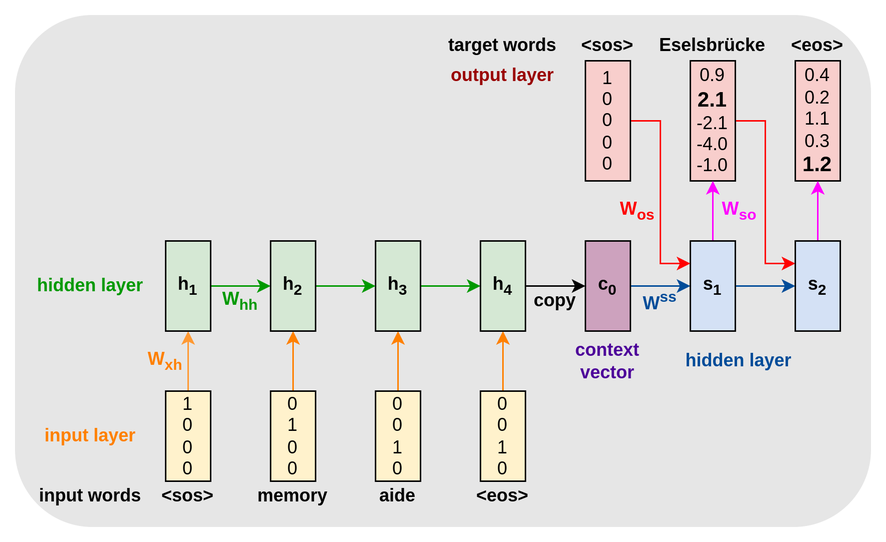
The draw.io diagram assets/img/dl-series/2g-encoder-decoder-rnn.png in tostenzel/tostenzel.github.io, before a commit. Source tidied: cells renumbered, new cells last; positions are measured from the earlier drawing's top-left corner, leaving out a move shared by most shapes.
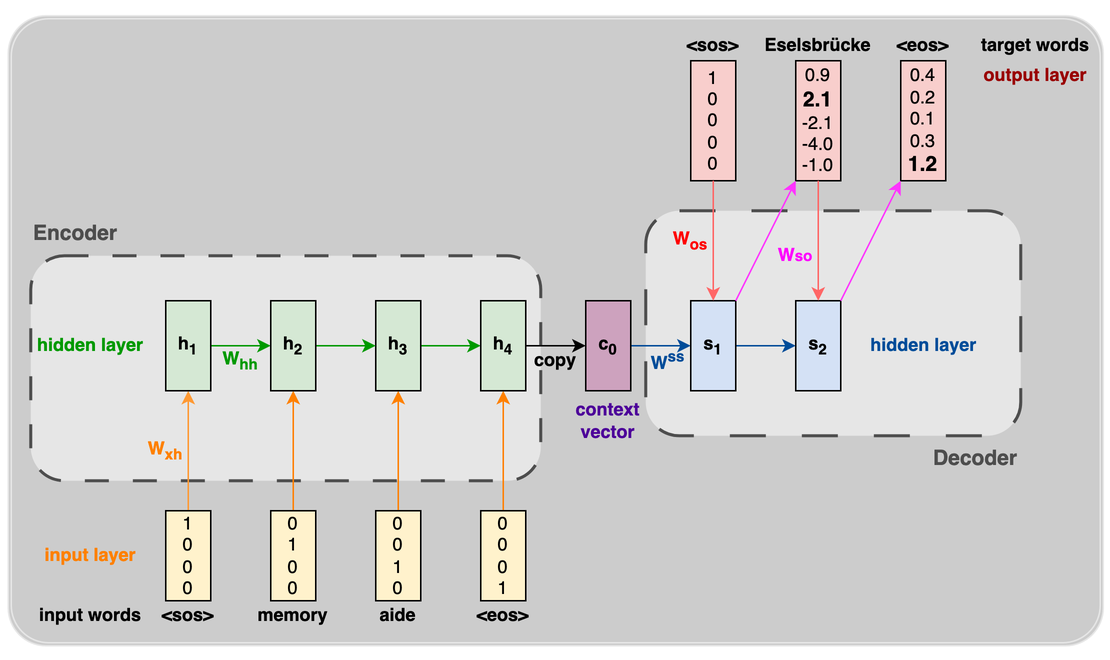
The same file after the commit.

Commit message:
Update RNN post

Diff of the diagram source:
```diff
@@ -3,11 +3,17 @@
     <mxCell id="0" />
     <mxCell id="1" parent="0" />
     <mxCell id="2" style="shape=ext;double=1;rounded=0;whiteSpace=wrap;html=1;shadow=0;strokeColor=none;fontSize=14;fontColor=#004C99;fillColor=#FFFFFF;" parent="1" vertex="1">
-      <mxGeometry width="590" height="360" as="geometry" />
+      <mxGeometry y="-80" width="740" height="440" as="geometry" />
     </mxCell>
-    <mxCell id="3" style="shape=ext;double=1;rounded=1;whiteSpace=wrap;html=1;shadow=0;strokeColor=#E6E6E6;fontSize=14;fontColor=#004C99;fillColor=#E6E6E6;" parent="1" vertex="1">
-      <mxGeometry x="10" y="10" width="570" height="340" as="geometry" />
+    <mxCell id="3" style="shape=ext;double=1;rounded=1;whiteSpace=wrap;html=1;shadow=0;strokeColor=#E6E6E6;fontSize=14;fontColor=#004C99;fillColor=#CCCCCC;arcSize=6;" parent="1" vertex="1">
+      <mxGeometry x="5" y="-70" width="730" height="420" as="geometry" />
     </mxCell>
+    <mxCell id="52" style="rounded=1;whiteSpace=wrap;html=1;fillColor=#E6E6E6;shadow=0;dashed=1;strokeWidth=2;dashPattern=8 8;strokeColor=#4D4D4D;fontColor=#4D4D4D;" parent="1" vertex="1">
+      <mxGeometry x="20" y="90" width="340" height="150" as="geometry" />
+    </mxCell>
+    <mxCell id="53" style="rounded=1;whiteSpace=wrap;html=1;fillColor=#E6E6E6;dashed=1;dashPattern=12 12;strokeWidth=2;strokeColor=#4D4D4D;" parent="1" vertex="1">
+      <mxGeometry x="430" y="60" width="250" height="150" as="geometry" />
+    </mxCell>
     <mxCell id="4" style="edgeStyle=orthogonalEdgeStyle;rounded=0;jettySize=auto;html=1;strokeColor=#FF9933;fillColor=#FFD966;" parent="1" edge="1" source="5" target="13">
       <mxGeometry relative="1" as="geometry" />
     </mxCell>
@@ -29,60 +35,49 @@
     <mxCell id="10" style="edgeStyle=orthogonalEdgeStyle;rounded=0;jettySize=auto;html=1;strokeColor=#FF8000;" parent="1" edge="1" source="11" target="19">
       <mxGeometry relative="1" as="geometry" />
     </mxCell>
-    <mxCell id="11" value="0&lt;br&gt;0&lt;br&gt;1&lt;br&gt;0" style="rounded=0;whiteSpace=wrap;html=1;fillColor=#FFF2CC;" parent="1" vertex="1">
+    <mxCell id="11" value="0&lt;br&gt;0&lt;br&gt;0&lt;br&gt;1" style="rounded=0;whiteSpace=wrap;html=1;fillColor=#FFF2CC;" parent="1" vertex="1">
       <mxGeometry x="320" y="260" width="30" height="60" as="geometry" />
     </mxCell>
     <mxCell id="12" style="edgeStyle=orthogonalEdgeStyle;rounded=0;jettySize=auto;html=1;strokeColor=#009900;fillColor=#67AB9F;" parent="1" edge="1" source="13" target="17">
       <mxGeometry relative="1" as="geometry" />
     </mxCell>
     <mxCell id="13" value="&lt;b&gt;h&lt;sub&gt;1&lt;/sub&gt;&lt;/b&gt;" style="rounded=0;whiteSpace=wrap;html=1;fillColor=#D5E8D4;" parent="1" vertex="1">
-      <mxGeometry x="110" y="160" width="30" height="60" as="geometry" />
+      <mxGeometry x="110" y="120" width="30" height="60" as="geometry" />
     </mxCell>
     <mxCell id="14" style="edgeStyle=orthogonalEdgeStyle;rounded=0;jettySize=auto;html=1;strokeColor=#009900;" parent="1" edge="1" source="15" target="19">
       <mxGeometry relative="1" as="geometry" />
     </mxCell>
     <mxCell id="15" value="&lt;b&gt;h&lt;sub&gt;3&lt;/sub&gt;&lt;/b&gt;" style="rounded=0;whiteSpace=wrap;html=1;fillColor=#D5E8D4;strokeColor=#000000;" parent="1" vertex="1">
-      <mxGeometry x="250" y="160" width="30" height="60" as="geometry" />
+      <mxGeometry x="250" y="120" width="30" height="60" as="geometry" />
     </mxCell>
     <mxCell id="16" style="edgeStyle=orthogonalEdgeStyle;rounded=0;jettySize=auto;html=1;entryX=0;entryY=0.5;entryDx=0;entryDy=0;strokeColor=#009900;" parent="1" edge="1" source="17" target="15">
       <mxGeometry relative="1" as="geometry">
         <Array as="points">
-          <mxPoint x="230" y="190" />
-          <mxPoint x="230" y="190" />
+          <mxPoint x="230" y="150" />
+          <mxPoint x="230" y="150" />
         </Array>
       </mxGeometry>
     </mxCell>
     <mxCell id="17" value="&lt;b&gt;h&lt;sub&gt;2&lt;/sub&gt;&lt;/b&gt;" style="rounded=0;whiteSpace=wrap;html=1;fillColor=#D5E8D4;" parent="1" vertex="1">
-      <mxGeometry x="180" y="160" width="30" height="60" as="geometry" />
+      <mxGeometry x="180" y="120" width="30" height="60" as="geometry" />
     </mxCell>
     <mxCell id="18" style="edgeStyle=orthogonalEdgeStyle;rounded=0;jettySize=auto;html=1;strokeColor=#000000;fontSize=14;fontColor=#990000;fillColor=#67AB9F;entryX=0;entryY=0.5;entryDx=0;entryDy=0;" parent="1" edge="1" source="19" target="38">
       <mxGeometry relative="1" as="geometry" />
     </mxCell>
     <mxCell id="19" value="&lt;b&gt;h&lt;sub&gt;4&lt;/sub&gt;&lt;/b&gt;" style="rounded=0;whiteSpace=wrap;html=1;fillColor=#D5E8D4;" parent="1" vertex="1">
-      <mxGeometry x="320" y="160" width="30" height="60" as="geometry" />
+      <mxGeometry x="320" y="120" width="30" height="60" as="geometry" />
     </mxCell>
-    <mxCell id="20" style="edgeStyle=orthogonalEdgeStyle;rounded=0;jettySize=auto;html=1;strokeColor=#FF0000;fontColor=#4C0099;entryX=0;entryY=0.25;entryDx=0;entryDy=0;" parent="1" edge="1" source="21" target="43">
-      <mxGeometry relative="1" as="geometry">
-        <Array as="points">
-          <mxPoint x="510" y="80" />
-          <mxPoint x="510" y="175" />
-        </Array>
-      </mxGeometry>
-    </mxCell>
     <mxCell id="21" value="0.9&lt;br&gt;&lt;b&gt;&lt;font style=&quot;font-size: 14px;&quot;&gt;2.1&lt;/font&gt;&lt;/b&gt;&lt;br&gt;-2.1&lt;br&gt;-4.0&lt;br&gt;-1.0" style="rounded=0;whiteSpace=wrap;html=1;fillColor=#F8CECC;" parent="1" vertex="1">
-      <mxGeometry x="460" y="40" width="30" height="80" as="geometry" />
+      <mxGeometry x="530" y="-40" width="30" height="80" as="geometry" />
     </mxCell>
-    <mxCell id="22" value="0.4&lt;br&gt;0.2&lt;br&gt;1.1&lt;br&gt;0.3&lt;br&gt;&lt;b style=&quot;border-color: var(--border-color);&quot;&gt;&lt;font style=&quot;border-color: var(--border-color); font-size: 14px;&quot;&gt;1.2&lt;br style=&quot;border-color: var(--border-color);&quot;&gt;&lt;/font&gt;&lt;/b&gt;" style="rounded=0;whiteSpace=wrap;html=1;fillColor=#F8CECC;" parent="1" vertex="1">
-      <mxGeometry x="530" y="40" width="30" height="80" as="geometry" />
+    <mxCell id="22" value="0.4&lt;br&gt;0.2&lt;br&gt;0.1&lt;br&gt;0.3&lt;br&gt;&lt;b style=&quot;border-color: var(--border-color);&quot;&gt;&lt;font style=&quot;border-color: var(--border-color); font-size: 14px;&quot;&gt;1.2&lt;br style=&quot;border-color: var(--border-color);&quot;&gt;&lt;/font&gt;&lt;/b&gt;" style="rounded=0;whiteSpace=wrap;html=1;fillColor=#F8CECC;" parent="1" vertex="1">
+      <mxGeometry x="600" y="-40" width="30" height="80" as="geometry" />
     </mxCell>
-    <mxCell id="23" value="&lt;b style=&quot;&quot;&gt;&lt;font color=&quot;#ff00ff&quot;&gt;W&lt;sub style=&quot;&quot;&gt;so&lt;/sub&gt;&lt;/font&gt;&lt;/b&gt;" style="rounded=0;whiteSpace=wrap;html=1;fillColor=none;strokeColor=none;shadow=1;" parent="1" vertex="1">
-      <mxGeometry x="472.5" y="130" width="40" height="20" as="geometry" />
-    </mxCell>
     <mxCell id="24" value="&lt;font color=&quot;#ff8000&quot;&gt;&lt;b&gt;W&lt;sub&gt;xh&lt;/sub&gt;&lt;/b&gt;&lt;/font&gt;" style="rounded=0;whiteSpace=wrap;html=1;fillColor=none;strokeColor=none;" parent="1" vertex="1">
-      <mxGeometry x="90" y="230" width="40" height="20" as="geometry" />
+      <mxGeometry x="90" y="210" width="40" height="20" as="geometry" />
     </mxCell>
     <mxCell id="25" value="&lt;font color=&quot;#009900&quot;&gt;&lt;b&gt;W&lt;sub&gt;hh&lt;/sub&gt;&lt;/b&gt;&lt;/font&gt;" style="rounded=0;whiteSpace=wrap;html=1;fillColor=none;strokeColor=none;shadow=0;" parent="1" vertex="1">
-      <mxGeometry x="140" y="190" width="40" height="20" as="geometry" />
+      <mxGeometry x="140" y="150" width="40" height="20" as="geometry" />
     </mxCell>
     <mxCell id="26" value="&lt;b&gt;&amp;lt;sos&amp;gt;&lt;/b&gt;" style="rounded=0;whiteSpace=wrap;html=1;fillColor=none;strokeColor=none;" parent="1" vertex="1">
       <mxGeometry x="110" y="320" width="30" height="20" as="geometry" />
@@ -97,22 +92,22 @@
       <mxGeometry x="320" y="320" width="30" height="20" as="geometry" />
     </mxCell>
     <mxCell id="30" value="&lt;b&gt;&amp;lt;eos&amp;gt;&lt;/b&gt;" style="rounded=0;whiteSpace=wrap;html=1;fillColor=none;strokeColor=none;" parent="1" vertex="1">
-      <mxGeometry x="530" y="20" width="30" height="20" as="geometry" />
+      <mxGeometry x="600" y="-60" width="30" height="20" as="geometry" />
     </mxCell>
     <mxCell id="31" value="&lt;b&gt;Eselsbrücke&lt;/b&gt;" style="rounded=0;whiteSpace=wrap;html=1;fillColor=none;strokeColor=none;" parent="1" vertex="1">
-      <mxGeometry x="460" y="20" width="30" height="20" as="geometry" />
+      <mxGeometry x="530" y="-60" width="30" height="20" as="geometry" />
     </mxCell>
     <mxCell id="32" value="&lt;font color=&quot;#990000&quot;&gt;&lt;b&gt;output layer&lt;/b&gt;&lt;/font&gt;" style="rounded=0;whiteSpace=wrap;html=1;fillColor=none;strokeColor=none;" parent="1" vertex="1">
-      <mxGeometry x="295" y="40" width="80" height="20" as="geometry" />
+      <mxGeometry x="650" y="-40" width="80" height="20" as="geometry" />
     </mxCell>
     <mxCell id="33" value="&lt;font color=&quot;#009900&quot;&gt;&lt;b&gt;hidden layer&lt;/b&gt;&lt;/font&gt;" style="rounded=0;whiteSpace=wrap;html=1;fillColor=none;strokeColor=none;" parent="1" vertex="1">
-      <mxGeometry x="20" y="180" width="80" height="20" as="geometry" />
+      <mxGeometry x="20" y="140" width="80" height="20" as="geometry" />
     </mxCell>
     <mxCell id="34" value="&lt;font color=&quot;#ff8000&quot;&gt;&lt;b&gt;input layer&lt;/b&gt;&lt;/font&gt;" style="rounded=0;whiteSpace=wrap;html=1;fillColor=none;strokeColor=none;" parent="1" vertex="1">
       <mxGeometry x="20" y="280" width="80" height="20" as="geometry" />
     </mxCell>
     <mxCell id="35" value="&lt;b&gt;target words&lt;/b&gt;" style="rounded=0;whiteSpace=wrap;html=1;fillColor=none;strokeColor=none;" parent="1" vertex="1">
-      <mxGeometry x="295" y="20" width="80" height="20" as="geometry" />
+      <mxGeometry x="650" y="-60" width="80" height="20" as="geometry" />
     </mxCell>
     <mxCell id="36" value="&lt;b&gt;input words&lt;/b&gt;" style="rounded=0;whiteSpace=wrap;html=1;fillColor=none;strokeColor=none;" parent="1" vertex="1">
       <mxGeometry x="20" y="320" width="80" height="20" as="geometry" />
@@ -121,53 +116,66 @@
       <mxGeometry relative="1" as="geometry" />
     </mxCell>
     <mxCell id="38" value="&lt;b&gt;c&lt;sub&gt;0&lt;/sub&gt;&lt;/b&gt;" style="rounded=0;whiteSpace=wrap;html=1;fillColor=#CDA2BE;" parent="1" vertex="1">
-      <mxGeometry x="390" y="160" width="30" height="60" as="geometry" />
+      <mxGeometry x="390" y="120" width="30" height="60" as="geometry" />
     </mxCell>
     <mxCell id="39" style="edgeStyle=orthogonalEdgeStyle;rounded=0;jettySize=auto;html=1;strokeColor=#004C99;fontSize=14;fontColor=#990000;fillColor=#67AB9F;entryX=0;entryY=0.5;entryDx=0;entryDy=0;" parent="1" edge="1" source="41" target="43">
       <mxGeometry relative="1" as="geometry" />
     </mxCell>
-    <mxCell id="40" style="edgeStyle=orthogonalEdgeStyle;rounded=0;jettySize=auto;html=1;strokeColor=#FF00FF;fontSize=14;fontColor=#990000;fillColor=#67AB9F;entryX=0.5;entryY=1;entryDx=0;entryDy=0;" parent="1" edge="1" source="41" target="21">
-      <mxGeometry relative="1" as="geometry" />
-    </mxCell>
     <mxCell id="41" value="&lt;b&gt;s&lt;sub&gt;1&lt;/sub&gt;&lt;/b&gt;" style="rounded=0;whiteSpace=wrap;html=1;fillColor=#D4E1F5;" parent="1" vertex="1">
-      <mxGeometry x="460" y="160" width="30" height="60" as="geometry" />
+      <mxGeometry x="460" y="120" width="30" height="60" as="geometry" />
     </mxCell>
-    <mxCell id="42" style="edgeStyle=orthogonalEdgeStyle;rounded=0;jettySize=auto;html=1;strokeColor=#FF00FF;fontSize=14;fontColor=#990000;fillColor=#67AB9F;" parent="1" edge="1" source="43">
-      <mxGeometry relative="1" as="geometry">
-        <mxPoint x="545" y="120" as="targetPoint" />
-      </mxGeometry>
-    </mxCell>
     <mxCell id="43" value="&lt;b&gt;s&lt;sub&gt;2&lt;/sub&gt;&lt;/b&gt;" style="rounded=0;whiteSpace=wrap;html=1;fillColor=#D4E1F5;" parent="1" vertex="1">
-      <mxGeometry x="530" y="160" width="30" height="60" as="geometry" />
+      <mxGeometry x="530" y="120" width="30" height="60" as="geometry" />
     </mxCell>
     <mxCell id="44" value="&lt;b style=&quot;border-color: var(--border-color);&quot;&gt;&lt;font style=&quot;border-color: var(--border-color);&quot; color=&quot;#004c99&quot;&gt;W&lt;sup style=&quot;border-color: var(--border-color);&quot;&gt;ss&lt;/sup&gt;&lt;/font&gt;&lt;/b&gt;" style="rounded=0;whiteSpace=wrap;html=1;fillColor=none;strokeColor=none;shadow=0;" parent="1" vertex="1">
-      <mxGeometry x="420" y="190" width="40" height="20" as="geometry" />
+      <mxGeometry x="425" y="150" width="40" height="20" as="geometry" />
     </mxCell>
     <mxCell id="45" value="&lt;b style=&quot;&quot;&gt;copy&lt;/b&gt;" style="rounded=0;whiteSpace=wrap;html=1;fillColor=none;strokeColor=none;shadow=0;" parent="1" vertex="1">
-      <mxGeometry x="350" y="190" width="40" height="20" as="geometry" />
+      <mxGeometry x="350" y="150" width="40" height="20" as="geometry" />
     </mxCell>
     <mxCell id="46" value="&lt;b style=&quot;&quot;&gt;&lt;font color=&quot;#4c0099&quot;&gt;context&lt;br&gt;vector&lt;/font&gt;&lt;br&gt;&lt;/b&gt;" style="rounded=0;whiteSpace=wrap;html=1;fillColor=none;strokeColor=none;" parent="1" vertex="1">
-      <mxGeometry x="365" y="230" width="80" height="20" as="geometry" />
+      <mxGeometry x="365" y="190" width="80" height="20" as="geometry" />
     </mxCell>
     <mxCell id="47" value="&lt;font color=&quot;#004c99&quot;&gt;&lt;b&gt;hidden layer&lt;/b&gt;&lt;/font&gt;" style="rounded=0;whiteSpace=wrap;html=1;fillColor=none;strokeColor=none;shadow=0;" parent="1" vertex="1">
-      <mxGeometry x="445" y="230" width="95" height="20" as="geometry" />
+      <mxGeometry x="567.5" y="140" width="95" height="20" as="geometry" />
     </mxCell>
     <mxCell id="48" value="&lt;font color=&quot;#ff0000&quot;&gt;&lt;b style=&quot;&quot;&gt;W&lt;sub&gt;os&lt;/sub&gt;&lt;/b&gt;&lt;/font&gt;" style="rounded=0;whiteSpace=wrap;html=1;fillColor=none;strokeColor=none;shadow=1;" parent="1" vertex="1">
-      <mxGeometry x="405" y="130" width="40" height="20" as="geometry" />
+      <mxGeometry x="440" y="70" width="40" height="20" as="geometry" />
     </mxCell>
-    <mxCell id="49" style="edgeStyle=orthogonalEdgeStyle;rounded=0;jettySize=auto;html=1;strokeColor=#FF0000;entryX=0;entryY=0.25;entryDx=0;entryDy=0;" parent="1" edge="1" source="50" target="41">
-      <mxGeometry relative="1" as="geometry">
-        <Array as="points">
-          <mxPoint x="440" y="80" />
-          <mxPoint x="440" y="175" />
-        </Array>
-      </mxGeometry>
-    </mxCell>
     <mxCell id="50" value="1&lt;br&gt;0&lt;br&gt;0&lt;br&gt;0&lt;br&gt;0" style="rounded=0;whiteSpace=wrap;html=1;fillColor=#F8CECC;" parent="1" vertex="1">
-      <mxGeometry x="390" y="40" width="30" height="80" as="geometry" />
+      <mxGeometry x="460" y="-40" width="30" height="80" as="geometry" />
     </mxCell>
     <mxCell id="51" value="&lt;b style=&quot;border-color: var(--border-color);&quot;&gt;&amp;lt;sos&amp;gt;&lt;/b&gt;" style="rounded=0;whiteSpace=wrap;html=1;fillColor=none;strokeColor=none;" parent="1" vertex="1">
-      <mxGeometry x="390" y="20" width="30" height="20" as="geometry" />
+      <mxGeometry x="460" y="-60" width="30" height="20" as="geometry" />
     </mxCell>
+    <mxCell id="49" style="endArrow=classic;html=1;rounded=0;exitX=0.5;exitY=1;exitDx=0;exitDy=0;entryX=0.5;entryY=0;entryDx=0;entryDy=0;fillColor=#f8cecc;strokeColor=#FF6666;" parent="1" edge="1" source="50" target="41">
+      <mxGeometry relative="1" as="geometry" />
+    </mxCell>
+    <mxCell id="54" style="endArrow=classic;html=1;rounded=0;strokeColor=#FF00FF;" parent="1" edge="1">
+      <mxGeometry relative="1" as="geometry">
+        <mxPoint x="490" y="40" as="sourcePoint" />
+        <mxPoint x="490" y="40" as="targetPoint" />
+      </mxGeometry>
+    </mxCell>
+    <mxCell id="20" style="endArrow=classic;html=1;rounded=0;exitX=0.5;exitY=1;exitDx=0;exitDy=0;entryX=0.5;entryY=0;entryDx=0;entryDy=0;fillColor=#f8cecc;strokeColor=#FF6666;" parent="1" edge="1" source="21" target="43">
+      <mxGeometry relative="1" as="geometry" />
+    </mxCell>
+    <mxCell id="55" style="endArrow=classic;html=1;rounded=0;entryX=1;entryY=0.5;entryDx=0;entryDy=0;exitX=1;exitY=0;exitDx=0;exitDy=0;strokeColor=#FF33FF;" parent="1" edge="1" source="41">
+      <mxGeometry relative="1" as="geometry">
+        <mxPoint x="530" y="40" as="targetPoint" />
+      </mxGeometry>
+    </mxCell>
+    <mxCell id="23" value="&lt;font style=&quot;color: rgb(255, 0, 255);&quot;&gt;&lt;b style=&quot;&quot;&gt;W&lt;span style=&quot;font-size: 10px;&quot;&gt;so&lt;/span&gt;&lt;/b&gt;&lt;/font&gt;" style="rounded=0;whiteSpace=wrap;html=1;fillColor=none;strokeColor=none;shadow=1;" parent="1" vertex="1">
+      <mxGeometry x="510" y="80" width="40" height="20" as="geometry" />
+    </mxCell>
+    <mxCell id="56" style="endArrow=classic;html=1;rounded=0;entryX=0;entryY=1;entryDx=0;entryDy=0;exitX=1;exitY=0;exitDx=0;exitDy=0;strokeColor=#FF33FF;" parent="1" edge="1" source="43" target="22">
+      <mxGeometry relative="1" as="geometry" />
+    </mxCell>
+    <mxCell id="57" value="&lt;font style=&quot;color: rgb(77, 77, 77); font-size: 14px;&quot;&gt;&lt;b style=&quot;&quot;&gt;Encoder&lt;/b&gt;&lt;/font&gt;" style="text;html=1;align=center;verticalAlign=middle;whiteSpace=wrap;rounded=0;" parent="1" vertex="1">
+      <mxGeometry x="20" y="60" width="60" height="30" as="geometry" />
+    </mxCell>
+    <mxCell id="58" value="&lt;font style=&quot;color: rgb(77, 77, 77); font-size: 14px;&quot;&gt;&lt;b&gt;Decoder&lt;/b&gt;&lt;/font&gt;" style="text;html=1;align=center;verticalAlign=middle;whiteSpace=wrap;rounded=0;" parent="1" vertex="1">
+      <mxGeometry x="620" y="210" width="60" height="30" as="geometry" />
+    </mxCell>
   </root>
 </mxGraphModel>
```
